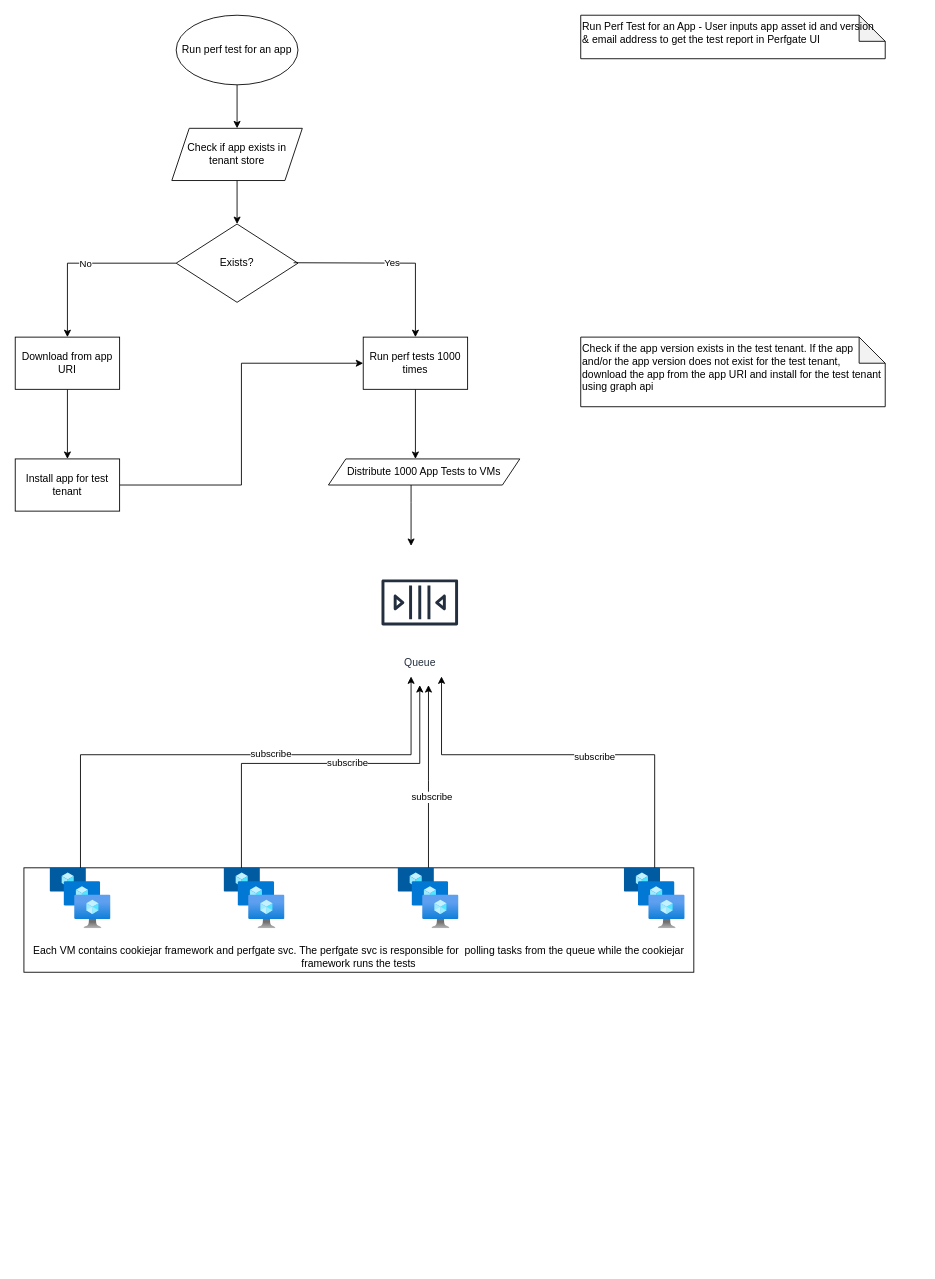
This is PerfGate.drawio from joshidiv04/athena, a draw.io file, before an edit. Source tidied: cells renumbered, new cells numbered last; positions are measured from the earlier drawing's top-left corner, leaving out a move shared by most shapes. Both pictures are drawn from the tidied source at 87%, with x=0, y=0 at pixel (15, 15).
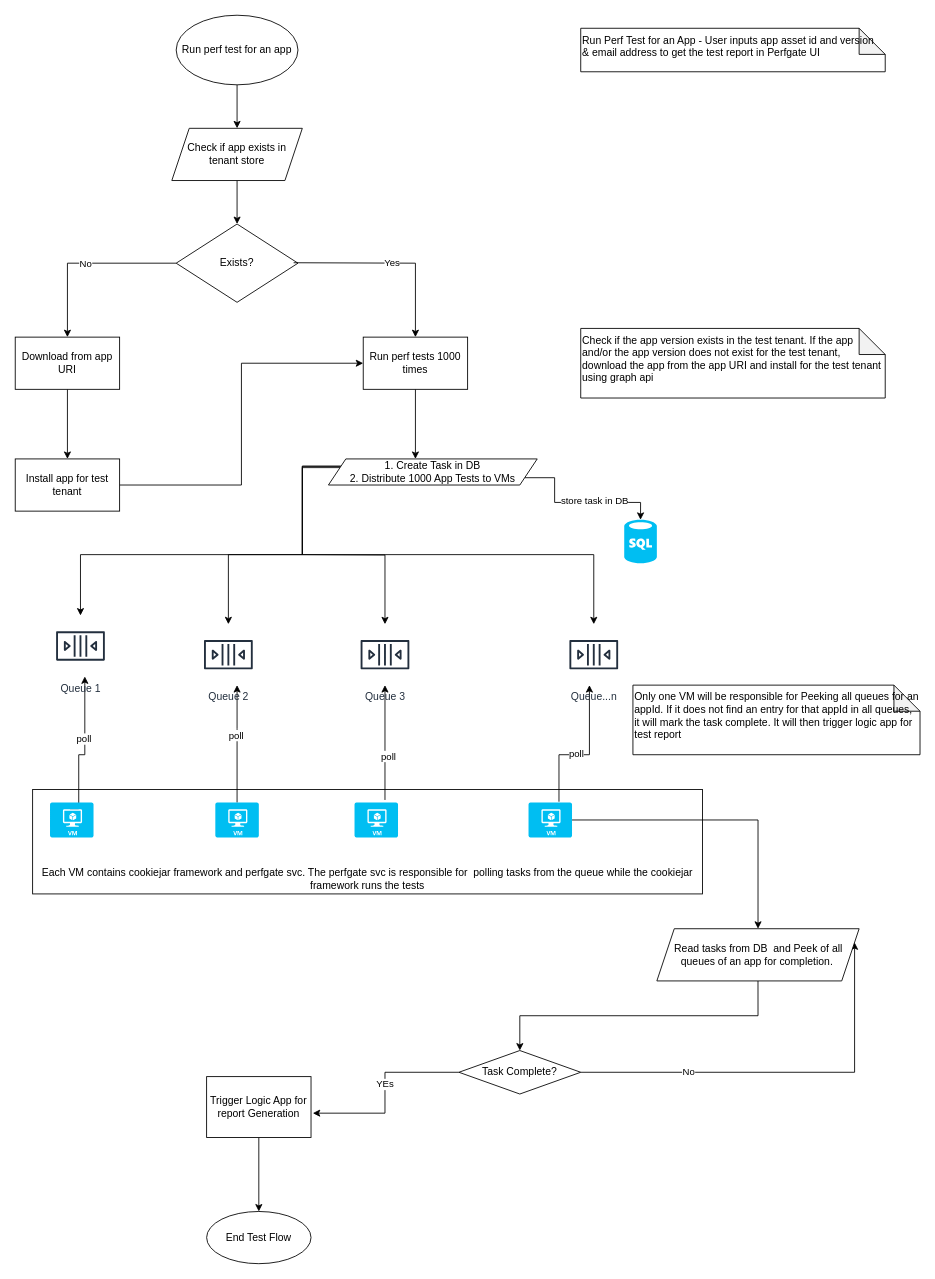
Above is the later version.

Change to the diagram source:
```diff
@@
     <mxCell id="2" value="Each VM contains cookiejar framework and perfgate svc. The perfgate svc is responsible for&amp;nbsp; polling tasks from the queue while the cookiejar framework runs the tests" style="rounded=0;whiteSpace=wrap;html=1;verticalAlign=bottom;" parent="1" vertex="1">
-      <mxGeometry x="10" y="980" width="770" height="120" as="geometry" />
+      <mxGeometry x="20" y="890" width="770" height="120" as="geometry" />
     </mxCell>
@@
     <mxCell id="18" value="Run Perf Test for an App - User inputs app asset id and version&amp;nbsp; &amp;amp; email address to get the test report in Perfgate UI" style="shape=note;whiteSpace=wrap;html=1;backgroundOutline=1;darkOpacity=0.05;align=left;verticalAlign=top;" parent="1" vertex="1">
-      <mxGeometry x="650" width="350" height="50" as="geometry" />
+      <mxGeometry x="650" y="15" width="350" height="50" as="geometry" />
     </mxCell>
     <mxCell id="19" value="Check if the app version exists in the test tenant. If the app and/or the app version does not exist for the test tenant, download the app from the app URI and install for the test tenant using graph api&amp;nbsp;&lt;br&gt;" style="shape=note;whiteSpace=wrap;html=1;backgroundOutline=1;darkOpacity=0.05;align=left;verticalAlign=top;" parent="1" vertex="1">
-      <mxGeometry x="650" y="370" width="350" height="80" as="geometry" />
+      <mxGeometry x="650" y="360" width="350" height="80" as="geometry" />
     </mxCell>
-    <mxCell id="20" style="edgeStyle=orthogonalEdgeStyle;rounded=0;jettySize=auto;html=1;" parent="1" edge="1" source="21">
+    <mxCell id="20" style="edgeStyle=orthogonalEdgeStyle;rounded=0;jettySize=auto;html=1;exitX=0;exitY=0.25;exitDx=0;exitDy=0;" parent="1" edge="1" source="21" target="47">
       <mxGeometry relative="1" as="geometry">
-        <mxPoint x="455" y="610" as="targetPoint" />
         <Array as="points">
-          <mxPoint x="455" y="560" />
-          <mxPoint x="455" y="560" />
+          <mxPoint x="330" y="518" />
+          <mxPoint x="330" y="620" />
+          <mxPoint x="75" y="620" />
         </Array>
       </mxGeometry>
     </mxCell>
+    <mxCell id="35" style="edgeStyle=orthogonalEdgeStyle;rounded=0;jettySize=auto;html=1;entryX=0.5;entryY=0;entryDx=0;entryDy=0;entryPerimeter=0;exitX=1;exitY=0.75;exitDx=0;exitDy=0;" parent="1" edge="1" source="21" target="40">
+      <mxGeometry relative="1" as="geometry">
+        <Array as="points">
+          <mxPoint x="620" y="532" />
+          <mxPoint x="620" y="560" />
+        </Array>
+      </mxGeometry>
+    </mxCell>
+    <mxCell id="36" value="store task in DB&lt;br&gt;" style="edgeLabel;html=1;align=center;verticalAlign=middle;" parent="35" vertex="1">
+      <mxGeometry x="0.19" y="3" relative="1" as="geometry" />
+    </mxCell>
+    <mxCell id="37" style="edgeStyle=orthogonalEdgeStyle;rounded=0;jettySize=auto;html=1;" parent="1" edge="1" target="49">
+      <mxGeometry relative="1" as="geometry">
+        <mxPoint x="330" y="620" as="sourcePoint" />
+      </mxGeometry>
+    </mxCell>
+    <mxCell id="38" style="edgeStyle=orthogonalEdgeStyle;rounded=0;jettySize=auto;html=1;exitX=0;exitY=0.25;exitDx=0;exitDy=0;" parent="1" edge="1" source="21" target="50">
+      <mxGeometry relative="1" as="geometry">
+        <Array as="points">
+          <mxPoint x="330" y="518" />
+          <mxPoint x="330" y="620" />
+          <mxPoint x="245" y="620" />
+        </Array>
+      </mxGeometry>
+    </mxCell>
+    <mxCell id="39" style="edgeStyle=orthogonalEdgeStyle;rounded=0;jettySize=auto;html=1;" parent="1" edge="1" source="21" target="48">
+      <mxGeometry relative="1" as="geometry">
+        <Array as="points">
+          <mxPoint x="330" y="520" />
+          <mxPoint x="330" y="620" />
+          <mxPoint x="665" y="620" />
+        </Array>
+      </mxGeometry>
+    </mxCell>
-    <mxCell id="21" value="Distribute 1000 App Tests to VMs" style="shape=parallelogram;perimeter=parallelogramPerimeter;whiteSpace=wrap;html=1;fixedSize=1;" parent="1" vertex="1">
-      <mxGeometry x="360" y="510" width="220" height="30" as="geometry" />
+    <mxCell id="21" value="1. Create Task in DB&lt;br&gt;2. Distribute 1000 App Tests to VMs" style="shape=parallelogram;perimeter=parallelogramPerimeter;whiteSpace=wrap;html=1;fixedSize=1;" parent="1" vertex="1">
+      <mxGeometry x="360" y="510" width="240" height="30" as="geometry" />
     </mxCell>
-    <mxCell id="22" style="edgeStyle=orthogonalEdgeStyle;rounded=0;jettySize=auto;html=1;" parent="1" edge="1" source="24">
+    <mxCell id="22" style="edgeStyle=orthogonalEdgeStyle;rounded=0;jettySize=auto;html=1;exitX=0.7;exitY=-0.025;exitDx=0;exitDy=0;exitPerimeter=0;" parent="1" edge="1" source="44" target="48">
       <mxGeometry relative="1" as="geometry">
-        <mxPoint x="490" y="760" as="targetPoint" />
         <Array as="points">
-          <mxPoint x="735" y="850" />
-          <mxPoint x="490" y="850" />
+          <mxPoint x="625" y="850" />
+          <mxPoint x="660" y="850" />
         </Array>
       </mxGeometry>
     </mxCell>
-    <mxCell id="23" value="subscribe" style="edgeLabel;html=1;align=center;verticalAlign=middle;" parent="22" vertex="1">
+    <mxCell id="23" value="poll" style="edgeLabel;html=1;align=center;verticalAlign=middle;" parent="22" vertex="1">
       <mxGeometry x="-0.14" y="2" relative="1" as="geometry" />
     </mxCell>
-    <mxCell id="24" style="html=1;points=[];align=center;image;fontSize=12;image=img/lib/azure2/compute/VM_Scale_Sets.svg;" parent="1" vertex="1">
-      <mxGeometry x="700" y="980" width="70" height="70" as="geometry" />
-    </mxCell>
-    <mxCell id="25" style="html=1;points=[];align=center;image;fontSize=12;image=img/lib/azure2/compute/VM_Scale_Sets.svg;" parent="1" vertex="1">
-      <mxGeometry x="40" y="980" width="70" height="70" as="geometry" />
-    </mxCell>
-    <mxCell id="26" style="edgeStyle=orthogonalEdgeStyle;rounded=0;jettySize=auto;html=1;" parent="1" edge="1" source="28">
-      <mxGeometry relative="1" as="geometry">
-        <mxPoint x="475" y="770" as="targetPoint" />
-        <Array as="points">
-          <mxPoint x="475" y="880" />
-          <mxPoint x="475" y="880" />
-        </Array>
-      </mxGeometry>
+    <mxCell id="26" style="edgeStyle=orthogonalEdgeStyle;rounded=0;jettySize=auto;html=1;exitX=0.7;exitY=-0.075;exitDx=0;exitDy=0;exitPerimeter=0;" parent="1" edge="1" source="45" target="49">
+      <mxGeometry relative="1" as="geometry" />
     </mxCell>
-    <mxCell id="27" value="subscribe" style="edgeLabel;html=1;align=center;verticalAlign=middle;" parent="26" vertex="1">
+    <mxCell id="27" value="poll" style="edgeLabel;html=1;align=center;verticalAlign=middle;" parent="26" vertex="1">
       <mxGeometry x="-0.22" y="-3" relative="1" as="geometry" />
     </mxCell>
-    <mxCell id="28" style="html=1;points=[];align=center;image;fontSize=12;image=img/lib/azure2/compute/VM_Scale_Sets.svg;" parent="1" vertex="1">
-      <mxGeometry x="440" y="980" width="70" height="70" as="geometry" />
-    </mxCell>
-    <mxCell id="29" style="html=1;points=[];align=center;image;fontSize=12;image=img/lib/azure2/compute/VM_Scale_Sets.svg;" parent="1" vertex="1">
-      <mxGeometry x="240" y="980" width="70" height="70" as="geometry" />
-    </mxCell>
-    <mxCell id="30" style="edgeStyle=orthogonalEdgeStyle;rounded=0;jettySize=auto;html=1;" parent="1" edge="1" source="25">
+    <mxCell id="30" style="edgeStyle=orthogonalEdgeStyle;rounded=0;jettySize=auto;html=1;exitX=0.46;exitY=0.175;exitDx=0;exitDy=0;exitPerimeter=0;" parent="1" edge="1" source="42" target="47">
       <mxGeometry relative="1" as="geometry">
-        <mxPoint x="455" y="760" as="targetPoint" />
         <Array as="points">
-          <mxPoint x="75" y="850" />
-          <mxPoint x="455" y="850" />
+          <mxPoint x="73" y="912" />
+          <mxPoint x="73" y="850" />
+          <mxPoint x="80" y="850" />
         </Array>
       </mxGeometry>
     </mxCell>
-    <mxCell id="31" value="subscribe" style="edgeLabel;html=1;align=center;verticalAlign=middle;" parent="30" vertex="1">
+    <mxCell id="31" value="poll" style="edgeLabel;html=1;align=center;verticalAlign=middle;" parent="30" vertex="1">
       <mxGeometry x="0.16" y="2" relative="1" as="geometry" />
     </mxCell>
-    <mxCell id="32" value="Queue" style="sketch=0;fontColor=#232F3E;gradientColor=none;strokeColor=#232F3E;fillColor=#ffffff;dashed=0;verticalLabelPosition=bottom;verticalAlign=top;align=center;html=1;fontSize=12;fontStyle=0;shape=mxgraph.aws4.resourceIcon;resIcon=mxgraph.aws4.queue;" parent="1" vertex="1">
-      <mxGeometry x="410" y="620" width="110" height="110" as="geometry" />
-    </mxCell>
-    <mxCell id="33" style="edgeStyle=orthogonalEdgeStyle;rounded=0;jettySize=auto;html=1;" parent="1" edge="1" source="29">
+    <mxCell id="33" style="edgeStyle=orthogonalEdgeStyle;rounded=0;jettySize=auto;html=1;exitX=0.5;exitY=0;exitDx=0;exitDy=0;exitPerimeter=0;" parent="1" edge="1" source="46" target="50">
       <mxGeometry relative="1" as="geometry">
-        <mxPoint x="465" y="770" as="targetPoint" />
         <Array as="points">
-          <mxPoint x="260" y="860" />
-          <mxPoint x="465" y="860" />
+          <mxPoint x="255" y="820" />
+          <mxPoint x="255" y="820" />
         </Array>
       </mxGeometry>
     </mxCell>
-    <mxCell id="34" value="subscribe" style="edgeLabel;html=1;align=center;verticalAlign=middle;" parent="33" vertex="1">
+    <mxCell id="34" value="poll" style="edgeLabel;html=1;align=center;verticalAlign=middle;" parent="33" vertex="1">
       <mxGeometry x="0.16" y="2" relative="1" as="geometry" />
     </mxCell>
+    <mxCell id="40" style="verticalLabelPosition=bottom;html=1;verticalAlign=top;align=center;strokeColor=none;fillColor=#00BEF2;shape=mxgraph.azure.sql_database;" parent="1" vertex="1">
+      <mxGeometry x="700" y="580" width="37.5" height="50" as="geometry" />
+    </mxCell>
+    <mxCell id="41" value="Only one VM will be responsible for Peeking all queues for an appId. If it does not find an entry for that appId in all queues, it will mark the task complete. It will then trigger logic app for test report" style="shape=note;whiteSpace=wrap;html=1;backgroundOutline=1;darkOpacity=0.05;align=left;labelPosition=center;verticalLabelPosition=middle;verticalAlign=top;" parent="1" vertex="1">
+      <mxGeometry x="710" y="770" width="330" height="80" as="geometry" />
+    </mxCell>
+    <mxCell id="42" style="verticalLabelPosition=bottom;html=1;verticalAlign=top;align=center;strokeColor=none;fillColor=#00BEF2;shape=mxgraph.azure.virtual_machine;" parent="1" vertex="1">
+      <mxGeometry x="40" y="905" width="50" height="40" as="geometry" />
+    </mxCell>
+    <mxCell id="43" style="edgeStyle=orthogonalEdgeStyle;rounded=0;jettySize=auto;html=1;" parent="1" edge="1" source="44" target="59">
+      <mxGeometry relative="1" as="geometry" />
+    </mxCell>
+    <mxCell id="44" style="verticalLabelPosition=bottom;html=1;verticalAlign=top;align=center;strokeColor=none;fillColor=#00BEF2;shape=mxgraph.azure.virtual_machine;" parent="1" vertex="1">
+      <mxGeometry x="590" y="905" width="50" height="40" as="geometry" />
+    </mxCell>
+    <mxCell id="45" style="verticalLabelPosition=bottom;html=1;verticalAlign=top;align=center;strokeColor=none;fillColor=#00BEF2;shape=mxgraph.azure.virtual_machine;" parent="1" vertex="1">
+      <mxGeometry x="390" y="905" width="50" height="40" as="geometry" />
+    </mxCell>
+    <mxCell id="46" style="verticalLabelPosition=bottom;html=1;verticalAlign=top;align=center;strokeColor=none;fillColor=#00BEF2;shape=mxgraph.azure.virtual_machine;" parent="1" vertex="1">
+      <mxGeometry x="230" y="905" width="50" height="40" as="geometry" />
+    </mxCell>
+    <mxCell id="47" value="Queue 1" style="sketch=0;outlineConnect=0;fontColor=#232F3E;gradientColor=none;strokeColor=#232F3E;fillColor=#ffffff;dashed=0;verticalLabelPosition=bottom;verticalAlign=top;align=center;html=1;fontSize=12;fontStyle=0;shape=mxgraph.aws4.resourceIcon;resIcon=mxgraph.aws4.queue;" parent="1" vertex="1">
+      <mxGeometry x="40" y="690" width="70" height="70" as="geometry" />
+    </mxCell>
+    <mxCell id="48" value="Queue...n" style="sketch=0;outlineConnect=0;fontColor=#232F3E;gradientColor=none;strokeColor=#232F3E;fillColor=#ffffff;dashed=0;verticalLabelPosition=bottom;verticalAlign=top;align=center;html=1;fontSize=12;fontStyle=0;shape=mxgraph.aws4.resourceIcon;resIcon=mxgraph.aws4.queue;" parent="1" vertex="1">
+      <mxGeometry x="630" y="700" width="70" height="70" as="geometry" />
+    </mxCell>
+    <mxCell id="49" value="Queue 3" style="sketch=0;outlineConnect=0;fontColor=#232F3E;gradientColor=none;strokeColor=#232F3E;fillColor=#ffffff;dashed=0;verticalLabelPosition=bottom;verticalAlign=top;align=center;html=1;fontSize=12;fontStyle=0;shape=mxgraph.aws4.resourceIcon;resIcon=mxgraph.aws4.queue;" parent="1" vertex="1">
+      <mxGeometry x="390" y="700" width="70" height="70" as="geometry" />
+    </mxCell>
+    <mxCell id="50" value="Queue 2" style="sketch=0;outlineConnect=0;fontColor=#232F3E;gradientColor=none;strokeColor=#232F3E;fillColor=#ffffff;dashed=0;verticalLabelPosition=bottom;verticalAlign=top;align=center;html=1;fontSize=12;fontStyle=0;shape=mxgraph.aws4.resourceIcon;resIcon=mxgraph.aws4.queue;" parent="1" vertex="1">
+      <mxGeometry x="210" y="700" width="70" height="70" as="geometry" />
+    </mxCell>
+    <mxCell id="51" style="edgeStyle=orthogonalEdgeStyle;rounded=0;jettySize=auto;html=1;entryX=1.017;entryY=0.6;entryDx=0;entryDy=0;entryPerimeter=0;" parent="1" edge="1" source="55" target="57">
+      <mxGeometry relative="1" as="geometry" />
+    </mxCell>
+    <mxCell id="52" value="YEs" style="edgeLabel;html=1;align=center;verticalAlign=middle;" parent="51" vertex="1">
+      <mxGeometry x="-0.09" y="-1" relative="1" as="geometry" />
+    </mxCell>
+    <mxCell id="53" style="edgeStyle=orthogonalEdgeStyle;rounded=0;jettySize=auto;html=1;entryX=1;entryY=0.25;entryDx=0;entryDy=0;" parent="1" edge="1" source="55" target="59">
+      <mxGeometry relative="1" as="geometry" />
+    </mxCell>
+    <mxCell id="54" value="No" style="edgeLabel;html=1;align=center;verticalAlign=middle;" parent="53" vertex="1">
+      <mxGeometry x="-0.47" y="1" relative="1" as="geometry" />
+    </mxCell>
+    <mxCell id="55" value="Task Complete?" style="rhombus;whiteSpace=wrap;html=1;" parent="1" vertex="1">
+      <mxGeometry x="510" y="1190" width="140" height="50" as="geometry" />
+    </mxCell>
+    <mxCell id="56" style="edgeStyle=orthogonalEdgeStyle;rounded=0;jettySize=auto;html=1;" parent="1" edge="1" source="57" target="60">
+      <mxGeometry relative="1" as="geometry" />
+    </mxCell>
+    <mxCell id="57" value="Trigger Logic App for report Generation" style="rounded=0;whiteSpace=wrap;html=1;" parent="1" vertex="1">
+      <mxGeometry x="220" y="1220" width="120" height="70" as="geometry" />
+    </mxCell>
+    <mxCell id="58" style="edgeStyle=orthogonalEdgeStyle;rounded=0;jettySize=auto;html=1;exitX=0.5;exitY=1;exitDx=0;exitDy=0;entryX=0.5;entryY=0;entryDx=0;entryDy=0;" parent="1" edge="1" source="59" target="55">
+      <mxGeometry relative="1" as="geometry" />
+    </mxCell>
+    <mxCell id="59" value="&lt;span style=&quot;text-align: left&quot;&gt;Read tasks from DB&amp;nbsp; and Peek of all queues of an app for completion.&amp;nbsp;&lt;/span&gt;" style="shape=parallelogram;perimeter=parallelogramPerimeter;whiteSpace=wrap;html=1;fixedSize=1;" parent="1" vertex="1">
+      <mxGeometry x="737.5" y="1050" width="232.5" height="60" as="geometry" />
+    </mxCell>
+    <mxCell id="60" value="End Test Flow" style="ellipse;whiteSpace=wrap;html=1;rounded=0;" parent="1" vertex="1">
+      <mxGeometry x="220" y="1375" width="120" height="60" as="geometry" />
+    </mxCell>
```
